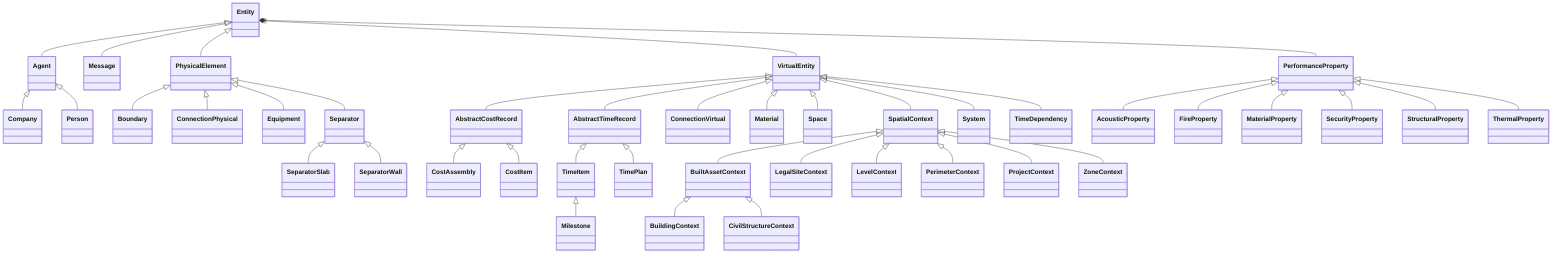
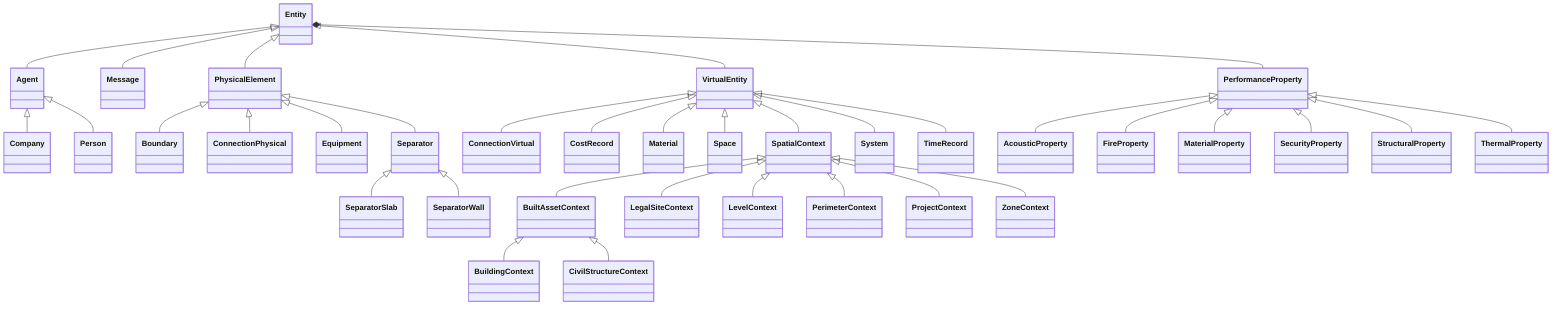
classDiagram
  direction TB
  Entity <|-- Agent
  Agent <|-- Company
  Agent <|-- Person
  Entity <|-- Message
  Entity <|-- PhysicalElement
  PhysicalElement <|-- Boundary
  PhysicalElement <|-- ConnectionPhysical
  PhysicalElement <|-- Equipment
  PhysicalElement <|-- Separator
  Separator <|-- SeparatorSlab
  Separator <|-- SeparatorWall
  Entity <|-- VirtualEntity
-   VirtualEntity <|-- AbstractCostRecord
-   AbstractCostRecord <|-- CostAssembly
-   AbstractCostRecord <|-- CostItem
-   VirtualEntity <|-- AbstractTimeRecord
-   AbstractTimeRecord <|-- TimeItem
-   TimeItem <|-- Milestone
-   AbstractTimeRecord <|-- TimePlan
  VirtualEntity <|-- ConnectionVirtual
+   VirtualEntity <|-- CostRecord
  VirtualEntity <|-- Material
  VirtualEntity <|-- Space
  VirtualEntity <|-- SpatialContext
  SpatialContext <|-- BuiltAssetContext
  BuiltAssetContext <|-- BuildingContext
  BuiltAssetContext <|-- CivilStructureContext
  SpatialContext <|-- LegalSiteContext
  SpatialContext <|-- LevelContext
  SpatialContext <|-- PerimeterContext
  SpatialContext <|-- ProjectContext
  SpatialContext <|-- ZoneContext
  VirtualEntity <|-- System
-   VirtualEntity <|-- TimeDependency
+   VirtualEntity <|-- TimeRecord
  PerformanceProperty <|-- AcousticProperty
  PerformanceProperty <|-- FireProperty
  PerformanceProperty <|-- MaterialProperty
  PerformanceProperty <|-- SecurityProperty
  PerformanceProperty <|-- StructuralProperty
  PerformanceProperty <|-- ThermalProperty
  Entity *-- PerformanceProperty
